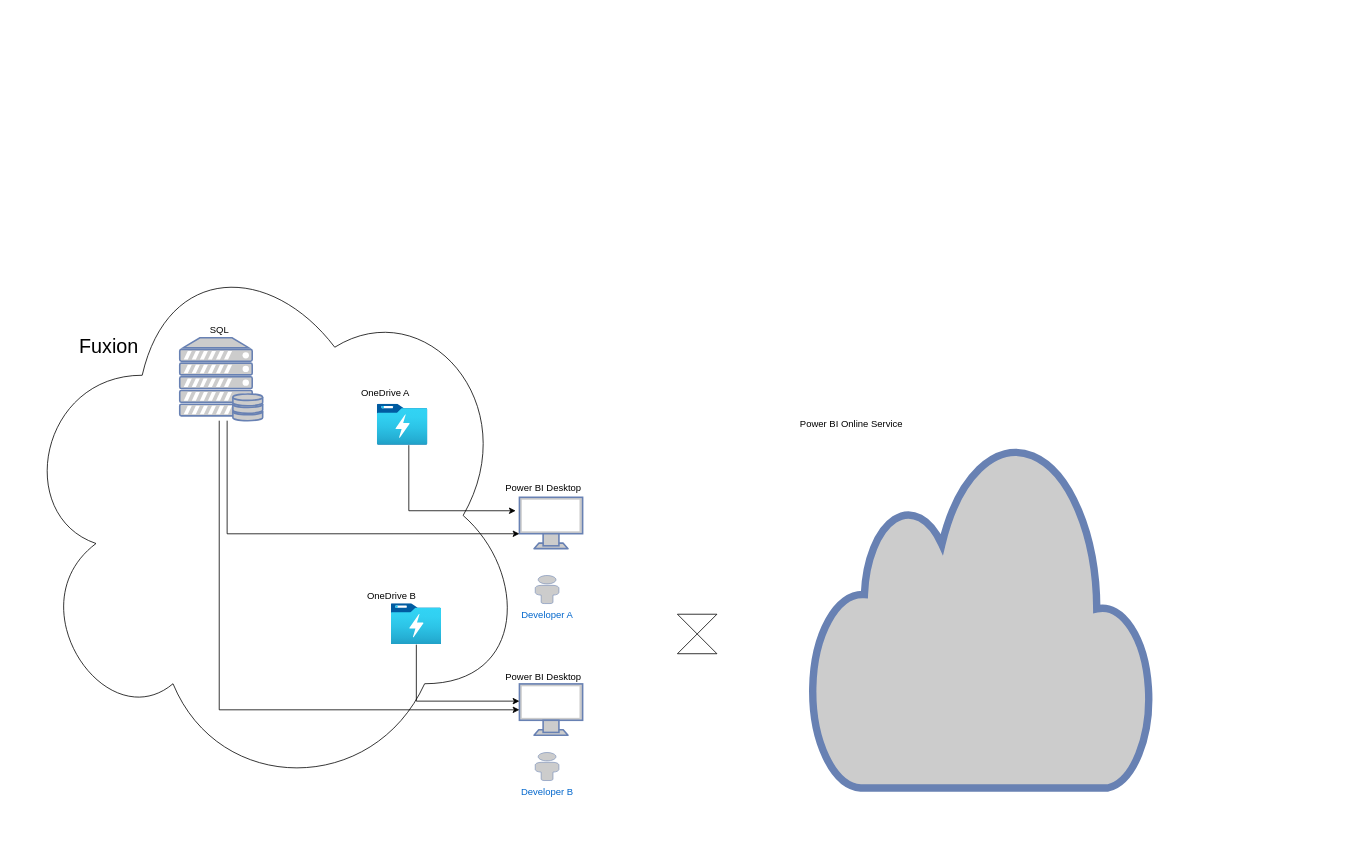
The draw.io diagram page "Pipelines" (2 of 2) of data_architecture.drawio in calobetoleon/fuxion_design, before the edit. Source tidied: cells renumbered, new cells numbered last; positions are measured from the earlier drawing's top-left corner, leaving out a move shared by most shapes. Both pictures are drawn from the tidied source at 79%, with x=0, y=0 at pixel (13, 235).
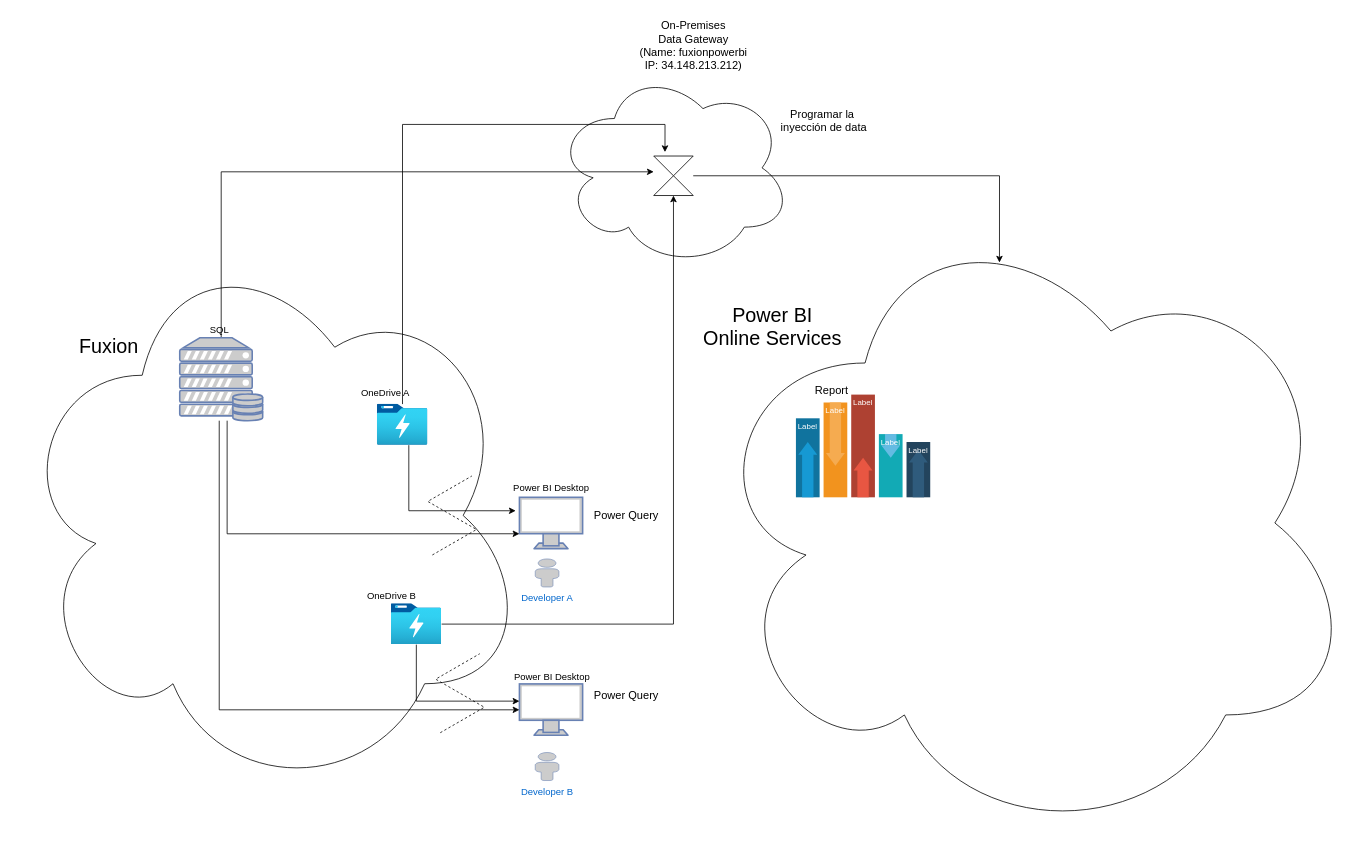
The same diagram, later.

Unchanged cells that the change refers to:
```xml
<mxCell id="8" style="fontColor=#0066CC;verticalAlign=top;verticalLabelPosition=bottom;labelPosition=center;align=center;html=1;outlineConnect=0;fillColor=#CCCCCC;strokeColor=#6881B3;gradientColor=none;gradientDirection=north;strokeWidth=2;shape=mxgraph.networks.server_storage;" parent="1" vertex="1">
  <mxGeometry x="210" y="130" width="105" height="105" as="geometry" />
</mxCell>
<mxCell id="10" style="html=1;points=[];align=center;image;fontSize=12;image=img/lib/azure2/analytics/Data_Lake_Store_Gen1.svg;" parent="1" vertex="1">
  <mxGeometry x="460" y="214" width="64" height="52" as="geometry" />
</mxCell>
<mxCell id="13" style="html=1;points=[];align=center;image;fontSize=12;image=img/lib/azure2/analytics/Data_Lake_Store_Gen1.svg;" parent="1" vertex="1">
  <mxGeometry x="477.5" y="466.5" width="64" height="52" as="geometry" />
</mxCell>
```

What changed in the source:
```diff
@@
+    <mxCell id="23" style="ellipse;shape=cloud;whiteSpace=wrap;html=1;fontSize=14;" parent="1" vertex="1">
+      <mxGeometry x="685.5" y="-210" width="299" height="250" as="geometry" />
+    </mxCell>
+    <mxCell id="24" style="ellipse;shape=cloud;whiteSpace=wrap;html=1;" parent="1" vertex="1">
+      <mxGeometry x="870" y="-40.5" width="830" height="810" as="geometry" />
+    </mxCell>
@@
+    <mxCell id="25" style="edgeStyle=orthogonalEdgeStyle;rounded=0;jettySize=auto;html=1;fontSize=14;entryX=0.455;entryY=0.093;entryDx=0;entryDy=0;entryPerimeter=0;" parent="1" edge="1" source="3" target="24">
+      <mxGeometry relative="1" as="geometry" />
+    </mxCell>
     <mxCell id="3" style="shape=collate;whiteSpace=wrap;html=1;" parent="1" vertex="1">
-      <mxGeometry x="840" y="480" width="50" height="50" as="geometry" />
+      <mxGeometry x="810" y="-100" width="50" height="50" as="geometry" />
     </mxCell>
@@
-    <mxCell id="5" style="html=1;fillColor=#CCCCCC;strokeColor=#6881B3;gradientColor=none;gradientDirection=north;strokeWidth=2;shape=mxgraph.networks.cloud;fontColor=#ffffff;" parent="1" vertex="1">
-      <mxGeometry x="1010" y="260" width="430" height="440" as="geometry" />
-    </mxCell>
     <mxCell id="6" value="Developer A" style="fontColor=#0066CC;verticalAlign=top;verticalLabelPosition=bottom;labelPosition=center;align=center;html=1;fillColor=#CCCCCC;strokeColor=#6881B3;gradientColor=none;gradientDirection=north;strokeWidth=2;shape=mxgraph.networks.user_male;" parent="1" vertex="1">
-      <mxGeometry x="660" y="431" width="30" height="35.5" as="geometry" />
+      <mxGeometry x="660" y="410" width="30" height="35.5" as="geometry" />
     </mxCell>
@@
+    <mxCell id="26" style="edgeStyle=orthogonalEdgeStyle;rounded=0;jettySize=auto;html=1;fontSize=14;" parent="1" edge="1" source="8" target="3">
+      <mxGeometry relative="1" as="geometry">
+        <Array as="points">
+          <mxPoint x="263" y="-80" />
+        </Array>
+      </mxGeometry>
+    </mxCell>
@@
+    <mxCell id="27" style="edgeStyle=orthogonalEdgeStyle;rounded=0;jettySize=auto;html=1;fontSize=14;entryX=0.285;entryY=-0.1;entryDx=0;entryDy=0;entryPerimeter=0;" parent="1" edge="1" source="10" target="3">
+      <mxGeometry relative="1" as="geometry">
+        <Array as="points">
+          <mxPoint x="492" y="-140" />
+          <mxPoint x="824" y="-140" />
+        </Array>
+      </mxGeometry>
+    </mxCell>
@@
+    <mxCell id="28" style="edgeStyle=orthogonalEdgeStyle;rounded=0;jettySize=auto;html=1;fontSize=14;" parent="1" edge="1" source="13" target="3">
+      <mxGeometry relative="1" as="geometry" />
+    </mxCell>
@@
-    <mxCell id="14" value="Power BI Online Service" style="text;html=1;align=center;verticalAlign=middle;strokeColor=none;fillColor=none;" parent="1" vertex="1">
-      <mxGeometry x="985" y="225" width="150" height="30" as="geometry" />
-    </mxCell>
@@
     <mxCell id="20" value="Power BI Desktop" style="text;html=1;align=center;verticalAlign=middle;strokeColor=none;fillColor=none;" parent="1" vertex="1">
-      <mxGeometry x="610" y="305" width="120" height="30" as="geometry" />
+      <mxGeometry x="620" y="305" width="120" height="30" as="geometry" />
     </mxCell>
     <mxCell id="21" value="Power BI Desktop" style="text;html=1;align=center;verticalAlign=middle;strokeColor=none;fillColor=none;" parent="1" vertex="1">
-      <mxGeometry x="610" y="545" width="120" height="30" as="geometry" />
+      <mxGeometry x="621" y="545" width="120" height="30" as="geometry" />
     </mxCell>
@@
+    <mxCell id="29" value="Power BI &lt;br&gt;Online Services" style="text;html=1;align=center;verticalAlign=middle;strokeColor=none;fillColor=none;fontSize=25;" parent="1" vertex="1">
+      <mxGeometry x="860" y="80" width="200" height="70" as="geometry" />
+    </mxCell>
+    <mxCell id="30" value="Power Query" style="text;html=1;align=center;verticalAlign=middle;strokeColor=none;fillColor=none;fontSize=14;fontStyle=0;" parent="1" vertex="1">
+      <mxGeometry x="720" y="340" width="110" height="30" as="geometry" />
+    </mxCell>
+    <mxCell id="31" value="On-Premises &lt;br&gt;Data Gateway&lt;br&gt;(Name: fuxionpowerbi&lt;br&gt;IP: 34.148.213.212)" style="text;html=1;align=center;verticalAlign=middle;strokeColor=none;fillColor=none;fontSize=14;" parent="1" vertex="1">
+      <mxGeometry x="780" y="-280" width="160" height="80" as="geometry" />
+    </mxCell>
+    <mxCell id="32" value="Power Query" style="text;html=1;align=center;verticalAlign=middle;strokeColor=none;fillColor=none;fontSize=14;fontStyle=0;" parent="1" vertex="1">
+      <mxGeometry x="720" y="568.2" width="110" height="30" as="geometry" />
+    </mxCell>
+    <mxCell id="33" value="Programar la&amp;nbsp;&lt;br&gt;inyección de data" style="text;html=1;align=center;verticalAlign=middle;strokeColor=none;fillColor=none;fontSize=14;" parent="1" vertex="1">
+      <mxGeometry x="960" y="-170" width="130" height="50" as="geometry" />
+    </mxCell>
+    <mxCell id="34" style="edgeStyle=isometricEdgeStyle;endArrow=none;html=1;rounded=0;fontSize=14;dashed=1;" parent="1" edge="1">
+      <mxGeometry relative="1" as="geometry">
+        <mxPoint x="529.8" y="405" as="sourcePoint" />
+        <mxPoint x="579.8" y="305" as="targetPoint" />
+      </mxGeometry>
+    </mxCell>
+    <mxCell id="35" style="edgeStyle=isometricEdgeStyle;endArrow=none;html=1;rounded=0;fontSize=14;dashed=1;" parent="1" edge="1">
+      <mxGeometry relative="1" as="geometry">
+        <mxPoint x="539.8" y="630" as="sourcePoint" />
+        <mxPoint x="589.8" y="530" as="targetPoint" />
+      </mxGeometry>
+    </mxCell>
+    <mxCell id="36" style="fillColor=#10739E;strokeColor=none;fontSize=14;" parent="1" vertex="1">
+      <mxGeometry x="990" y="232" width="30" height="100" as="geometry" />
+    </mxCell>
+    <mxCell id="37" style="shape=mxgraph.arrows2.arrow;dy=0.4;dx=16;notch=0;direction=north;fillColor=#1699D3;strokeColor=none;fontSize=14;" parent="36" vertex="1">
+      <mxGeometry x="3" y="30" width="24" height="70" as="geometry" />
+    </mxCell>
+    <mxCell id="38" value="Label" style="text;html=1;align=center;verticalAlign=middle;whiteSpace=wrap;fontColor=#FFFFFF;fontSize=10;strokeColor=none;fillColor=none;" parent="36" vertex="1">
+      <mxGeometry width="30" height="20" as="geometry" />
+    </mxCell>
+    <mxCell id="39" style="fillColor=#F2931E;strokeColor=none;fontSize=14;" parent="1" vertex="1">
+      <mxGeometry x="1025" y="212" width="30" height="120" as="geometry" />
+    </mxCell>
+    <mxCell id="40" style="shape=mxgraph.arrows2.arrow;dy=0.4;dx=16;notch=0;direction=south;fillColor=#F5AB50;strokeColor=none;fontSize=14;" parent="39" vertex="1">
+      <mxGeometry x="3" width="24" height="80" as="geometry" />
+    </mxCell>
+    <mxCell id="41" value="Label" style="text;html=1;align=center;verticalAlign=middle;whiteSpace=wrap;fontColor=#FFFFFF;fontSize=10;strokeColor=none;fillColor=none;" parent="39" vertex="1">
+      <mxGeometry width="30" height="20" as="geometry" />
+    </mxCell>
+    <mxCell id="42" style="fillColor=#AE4132;strokeColor=none;fontSize=14;" parent="1" vertex="1">
+      <mxGeometry x="1060" y="202" width="30" height="130" as="geometry" />
+    </mxCell>
+    <mxCell id="43" style="shape=mxgraph.arrows2.arrow;dy=0.4;dx=16;notch=0;direction=north;fillColor=#E85642;strokeColor=none;fontSize=14;" parent="42" vertex="1">
+      <mxGeometry x="3" y="80" width="24" height="50" as="geometry" />
+    </mxCell>
+    <mxCell id="44" value="Label" style="text;html=1;align=center;verticalAlign=middle;whiteSpace=wrap;fontColor=#FFFFFF;fontSize=10;strokeColor=none;fillColor=none;" parent="42" vertex="1">
+      <mxGeometry width="30" height="20" as="geometry" />
+    </mxCell>
+    <mxCell id="45" style="fillColor=#12AAB5;strokeColor=none;fontSize=14;" parent="1" vertex="1">
+      <mxGeometry x="1095" y="252" width="30" height="80" as="geometry" />
+    </mxCell>
+    <mxCell id="46" style="shape=mxgraph.arrows2.arrow;dy=0.4;dx=16;notch=0;direction=south;fillColor=#64BBE2;strokeColor=none;fontSize=14;" parent="45" vertex="1">
+      <mxGeometry x="3" width="24" height="30" as="geometry" />
+    </mxCell>
+    <mxCell id="47" value="Label" style="text;html=1;align=center;verticalAlign=middle;whiteSpace=wrap;fontColor=#FFFFFF;fontSize=10;strokeColor=none;fillColor=none;" parent="45" vertex="1">
+      <mxGeometry width="30" height="20" as="geometry" />
+    </mxCell>
+    <mxCell id="48" style="fillColor=#23445D;strokeColor=none;fontSize=14;" parent="1" vertex="1">
+      <mxGeometry x="1130" y="262" width="30" height="70" as="geometry" />
+    </mxCell>
+    <mxCell id="49" style="shape=mxgraph.arrows2.arrow;dy=0.4;dx=16;notch=0;direction=north;fillColor=#2F5B7C;strokeColor=none;fontSize=14;" parent="48" vertex="1">
+      <mxGeometry x="3" y="10" width="24" height="60" as="geometry" />
+    </mxCell>
+    <mxCell id="50" value="Label" style="text;html=1;align=center;verticalAlign=middle;whiteSpace=wrap;fontColor=#FFFFFF;fontSize=10;strokeColor=none;fillColor=none;" parent="48" vertex="1">
+      <mxGeometry width="30" height="20" as="geometry" />
+    </mxCell>
+    <mxCell id="51" value="Report" style="text;html=1;align=center;verticalAlign=middle;strokeColor=none;fillColor=none;fontSize=14;" parent="1" vertex="1">
+      <mxGeometry x="1000" y="182" width="70" height="30" as="geometry" />
+    </mxCell>
```
